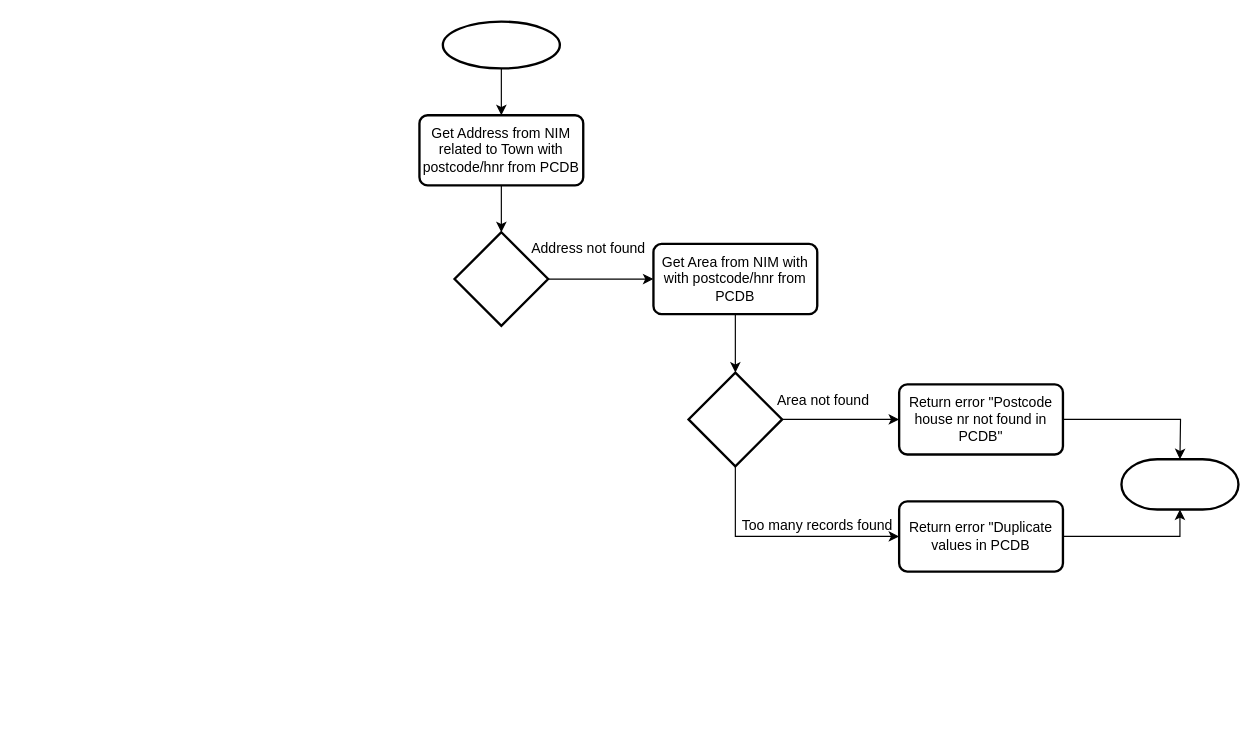
dearishtaq/hello-world-old keeps this draw.io diagram as CreateStations.drawio. Above is the earlier version. Source tidied: cells renumbered, new cells numbered last; positions are measured from the earlier drawing's top-left corner, leaving out a move shared by most shapes. Both pictures are drawn from the tidied source at 117%, with x=0, y=0 at pixel (419, 21).
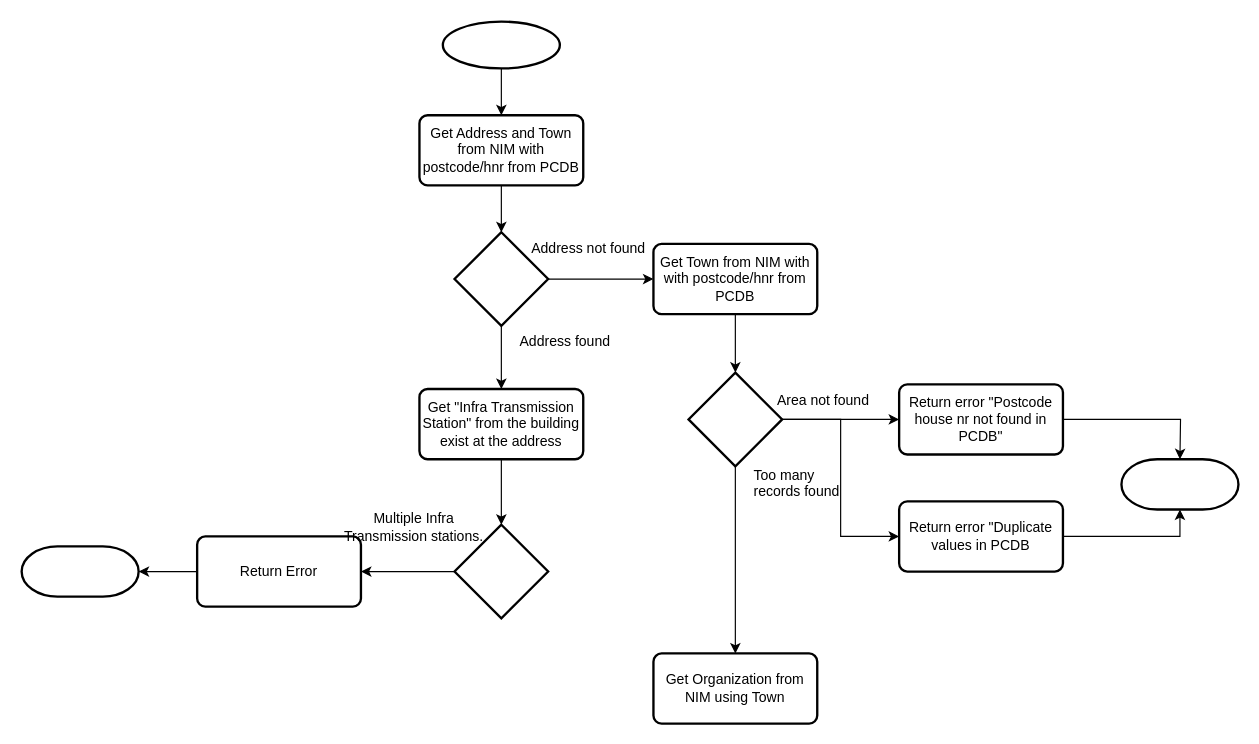
After the change.

Unchanged cells that the change refers to:
```xml
<mxCell id="7" style="strokeWidth=2;html=1;shape=mxgraph.flowchart.decision;whiteSpace=wrap;" parent="1" vertex="1">
  <mxGeometry x="30" y="180" width="80" height="80" as="geometry" />
</mxCell>
<mxCell id="13" style="strokeWidth=2;html=1;shape=mxgraph.flowchart.decision;whiteSpace=wrap;" parent="1" vertex="1">
  <mxGeometry x="230" y="300" width="80" height="80" as="geometry" />
</mxCell>
<mxCell id="18" value="Return error &quot;Duplicate values in PCDB" style="rounded=1;whiteSpace=wrap;html=1;absoluteArcSize=1;arcSize=14;strokeWidth=2;" parent="1" vertex="1">
  <mxGeometry x="410" y="410" width="140" height="60" as="geometry" />
</mxCell>
```

Change to the diagram source:
```diff
@@
-    <mxCell id="5" value="Get Address from NIM related to Town with postcode/hnr from PCDB" style="rounded=1;whiteSpace=wrap;html=1;absoluteArcSize=1;arcSize=14;strokeWidth=2;" parent="1" vertex="1">
+    <mxCell id="5" value="Get Address and Town from NIM with postcode/hnr from PCDB" style="rounded=1;whiteSpace=wrap;html=1;absoluteArcSize=1;arcSize=14;strokeWidth=2;" parent="1" vertex="1">
       <mxGeometry y="80" width="140" height="60" as="geometry" />
     </mxCell>
@@
+    <mxCell id="21" style="edgeStyle=orthogonalEdgeStyle;rounded=0;jettySize=auto;html=1;" parent="1" edge="1" source="7" target="24">
+      <mxGeometry relative="1" as="geometry" />
+    </mxCell>
@@
-    <mxCell id="9" value="Get Area from NIM with with postcode/hnr from PCDB" style="rounded=1;whiteSpace=wrap;html=1;absoluteArcSize=1;arcSize=14;strokeWidth=2;" parent="1" vertex="1">
+    <mxCell id="9" value="Get Town from NIM with with postcode/hnr from PCDB" style="rounded=1;whiteSpace=wrap;html=1;absoluteArcSize=1;arcSize=14;strokeWidth=2;" parent="1" vertex="1">
       <mxGeometry x="200" y="190" width="140" height="60" as="geometry" />
     </mxCell>
@@
-    <mxCell id="12" style="edgeStyle=orthogonalEdgeStyle;rounded=0;jettySize=auto;html=1;entryX=0;entryY=0.5;entryDx=0;entryDy=0;exitX=0.5;exitY=1;exitDx=0;exitDy=0;exitPerimeter=0;" parent="1" edge="1" source="13" target="18">
+    <mxCell id="12" style="edgeStyle=orthogonalEdgeStyle;rounded=0;jettySize=auto;html=1;entryX=0;entryY=0.5;entryDx=0;entryDy=0;exitX=1;exitY=0.5;exitDx=0;exitDy=0;exitPerimeter=0;" parent="1" edge="1" source="13" target="18">
       <mxGeometry relative="1" as="geometry" />
     </mxCell>
+    <mxCell id="22" style="edgeStyle=orthogonalEdgeStyle;rounded=0;jettySize=auto;html=1;" parent="1" edge="1" source="13" target="32">
+      <mxGeometry relative="1" as="geometry" />
+    </mxCell>
@@
-    <mxCell id="20" value="Too many records found" style="text;strokeColor=none;fillColor=none;align=left;verticalAlign=top;spacingLeft=4;spacingRight=4;overflow=hidden;" parent="1" vertex="1">
-      <mxGeometry x="270" y="417" width="140" height="26" as="geometry" />
+    <mxCell id="20" value="Too many &#10;records found" style="text;strokeColor=none;fillColor=none;align=left;verticalAlign=top;spacingLeft=4;spacingRight=4;overflow=hidden;" parent="1" vertex="1">
+      <mxGeometry x="280" y="374" width="90" height="39" as="geometry" />
     </mxCell>
+    <mxCell id="23" style="edgeStyle=orthogonalEdgeStyle;rounded=0;jettySize=auto;html=1;" parent="1" edge="1" source="24" target="27">
+      <mxGeometry relative="1" as="geometry" />
+    </mxCell>
+    <mxCell id="24" value="Get &quot;Infra Transmission Station&quot; from the building exist at the address" style="rounded=1;whiteSpace=wrap;html=1;absoluteArcSize=1;arcSize=14;strokeWidth=2;" parent="1" vertex="1">
+      <mxGeometry y="314" width="140" height="60" as="geometry" />
+    </mxCell>
+    <mxCell id="25" value="Address found" style="text;strokeColor=none;fillColor=none;align=left;verticalAlign=top;spacingLeft=4;spacingRight=4;overflow=hidden;" parent="1" vertex="1">
+      <mxGeometry x="80" y="260" width="140" height="26" as="geometry" />
+    </mxCell>
+    <mxCell id="26" style="edgeStyle=orthogonalEdgeStyle;rounded=0;jettySize=auto;html=1;" parent="1" edge="1" source="27" target="29">
+      <mxGeometry relative="1" as="geometry" />
+    </mxCell>
+    <mxCell id="27" style="strokeWidth=2;html=1;shape=mxgraph.flowchart.decision;whiteSpace=wrap;" parent="1" vertex="1">
+      <mxGeometry x="30" y="430" width="80" height="80" as="geometry" />
+    </mxCell>
+    <mxCell id="28" style="edgeStyle=orthogonalEdgeStyle;rounded=0;jettySize=auto;html=1;" parent="1" edge="1" source="29" target="31">
+      <mxGeometry relative="1" as="geometry" />
+    </mxCell>
+    <mxCell id="29" value="Return Error" style="rounded=1;whiteSpace=wrap;html=1;absoluteArcSize=1;arcSize=14;strokeWidth=2;" parent="1" vertex="1">
+      <mxGeometry x="-190" y="440" width="140" height="60" as="geometry" />
+    </mxCell>
+    <mxCell id="30" value="Multiple Infra &lt;br&gt;Transmission stations." style="text;html=1;align=center;verticalAlign=middle;" parent="1" vertex="1">
+      <mxGeometry x="-70" y="417" width="130" height="30" as="geometry" />
+    </mxCell>
+    <mxCell id="31" style="strokeWidth=2;html=1;shape=mxgraph.flowchart.terminator;whiteSpace=wrap;" parent="1" vertex="1">
+      <mxGeometry x="-340" y="448.5" width="100" height="43" as="geometry" />
+    </mxCell>
+    <mxCell id="32" value="Get Organization from NIM using Town" style="rounded=1;whiteSpace=wrap;html=1;absoluteArcSize=1;arcSize=14;strokeWidth=2;" parent="1" vertex="1">
+      <mxGeometry x="200" y="540" width="140" height="60" as="geometry" />
+    </mxCell>
```
